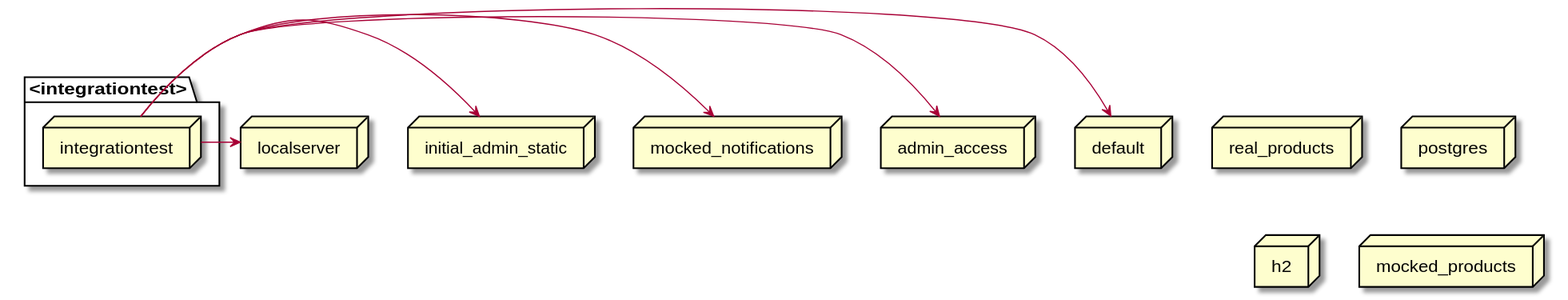
Before: docs/latest/images/gen_springprofiles-integrationtest.svg, a diagram exported from PlantUML (mercedes-benz/sechub). Its diagram source:
```plantuml
@startuml
node real_products
node postgres
node h2
node admin_access
node localserver
node initial_admin_static
node mocked_products
package <integrationtest>{
   node integrationtest
}
node mocked_notifications
node default
integrationtest -> localserver
integrationtest -> initial_admin_static
integrationtest -> mocked_notifications
integrationtest -> admin_access
integrationtest -> default
@enduml
```
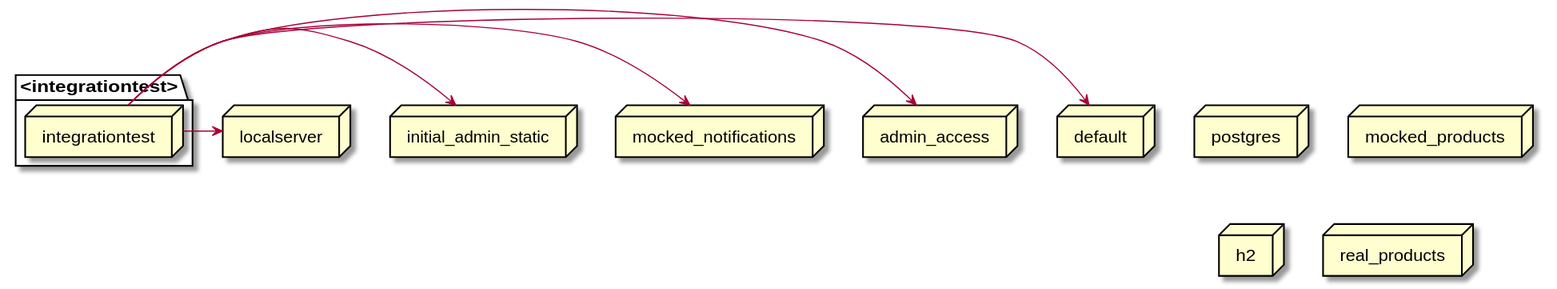
Above is the later version.

What changed in the source:
```diff
@@ -1,14 +1,14 @@
 @startuml
-node real_products
 node postgres
-node h2
 node admin_access
 node localserver
 node initial_admin_static
-node mocked_products
 package <integrationtest>{
    node integrationtest
 }
+node mocked_products
+node h2
+node real_products
 node mocked_notifications
 node default
 integrationtest -> localserver
```
